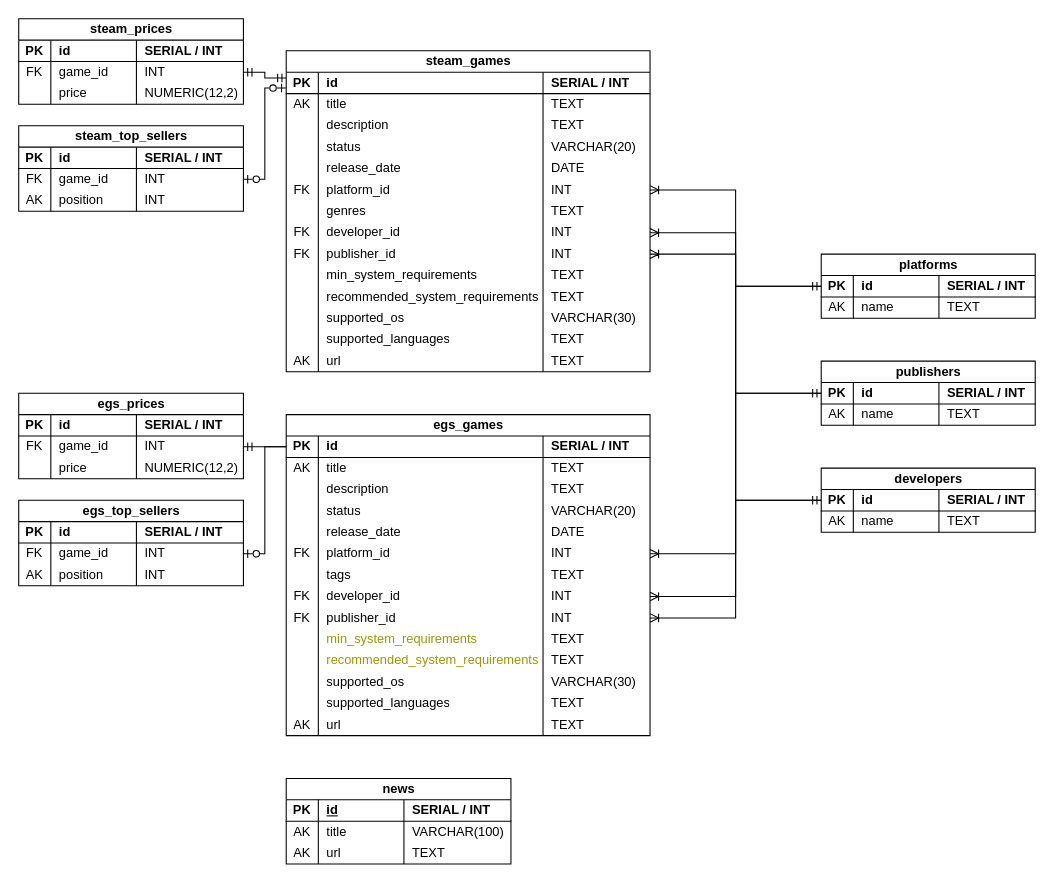
This is erd/database (Martin notation).drawio from xebit8/computer-games-aggregator, a draw.io file, before an edit. Source tidied: cells renumbered, new cells numbered last; positions are measured from the earlier drawing's top-left corner, leaving out a move shared by most shapes. Both pictures are drawn from the tidied source at 107%, with x=0, y=0 at pixel (18, 18).
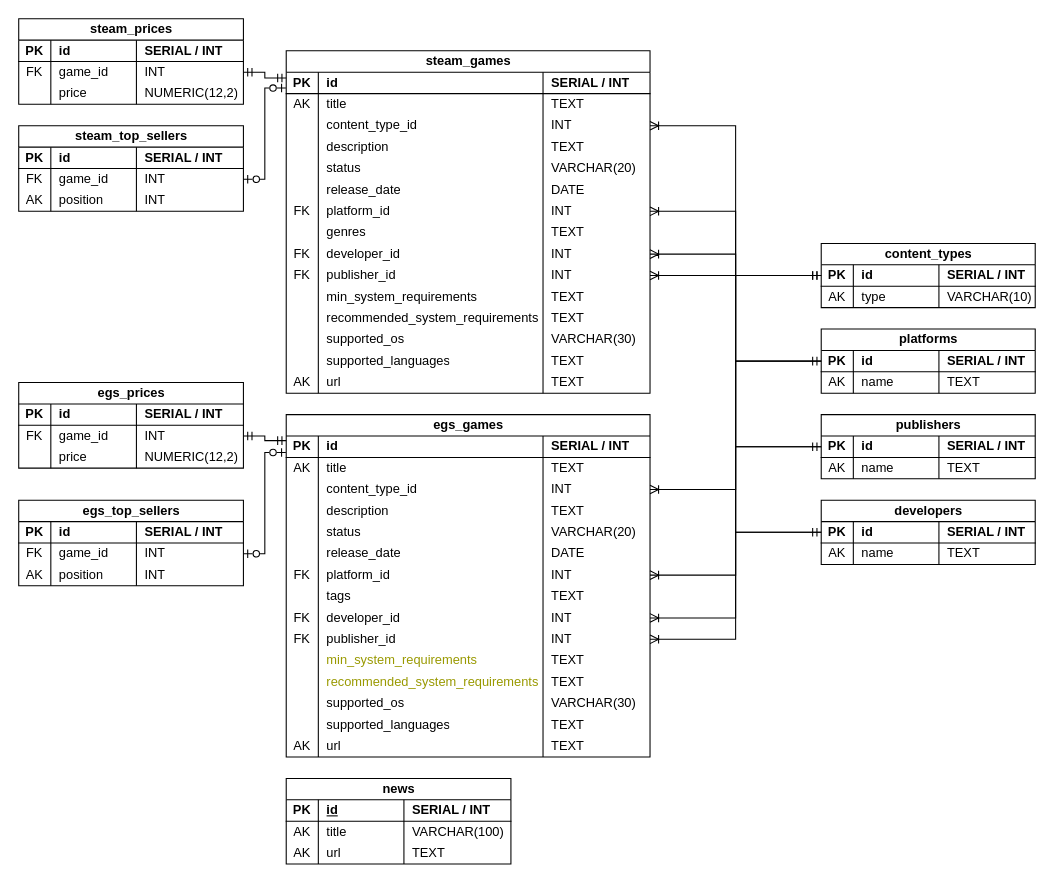
After the change.

Unchanged cells that the change refers to:
```xml
<mxCell id="3" style="shape=tableRow;horizontal=0;startSize=0;swimlaneHead=0;swimlaneBody=0;fillColor=none;points=[[0,0.5],[1,0.5]];portConstraint=eastwest;top=0;left=0;right=0;bottom=1;" parent="2" vertex="1">
  <mxGeometry y="20" width="340" height="20" as="geometry" />
</mxCell>
<mxCell id="121" style="shape=tableRow;horizontal=0;startSize=0;swimlaneHead=0;swimlaneBody=0;fillColor=none;points=[[0,0.5],[1,0.5]];portConstraint=eastwest;top=0;left=0;right=0;bottom=0;" parent="116" vertex="1">
  <mxGeometry y="40" width="210" height="20" as="geometry" />
</mxCell>
<mxCell id="134" style="shape=tableRow;horizontal=0;startSize=0;swimlaneHead=0;swimlaneBody=0;fillColor=none;points=[[0,0.5],[1,0.5]];portConstraint=eastwest;top=0;left=0;right=0;bottom=0;" parent="129" vertex="1">
  <mxGeometry y="40" width="210" height="20" as="geometry" />
</mxCell>
```

Diff of the diagram source:
```diff
@@
     <mxCell id="2" value="egs_games" style="shape=table;startSize=20;childLayout=tableLayout;rowLines=0;fontStyle=1;align=center;html=1;" parent="1" vertex="1">
-      <mxGeometry x="250" y="370" width="340" height="300" as="geometry" />
+      <mxGeometry x="250" y="370" width="340" height="320" as="geometry" />
     </mxCell>
@@
+    <mxCell id="218" style="shape=tableRow;horizontal=0;startSize=0;swimlaneHead=0;swimlaneBody=0;fillColor=none;points=[[0,0.5],[1,0.5]];portConstraint=eastwest;top=0;left=0;right=0;bottom=0;" parent="2" vertex="1">
+      <mxGeometry y="60" width="340" height="20" as="geometry" />
+    </mxCell>
+    <mxCell id="219" style="shape=partialRectangle;fillColor=none;top=0;left=0;bottom=0;right=0;overflow=hidden;whiteSpace=wrap;html=1;" parent="218" vertex="1">
+      <mxGeometry width="30" height="20" as="geometry" />
+    </mxCell>
+    <mxCell id="220" value="content_type_id" style="shape=partialRectangle;fillColor=none;top=0;left=0;bottom=0;right=0;align=left;spacingLeft=6;overflow=hidden;whiteSpace=wrap;html=1;" parent="218" vertex="1">
+      <mxGeometry x="30" width="210" height="20" as="geometry" />
+    </mxCell>
+    <mxCell id="221" value="INT" style="shape=partialRectangle;fillColor=none;top=0;left=0;bottom=0;right=0;align=left;spacingLeft=6;overflow=hidden;whiteSpace=wrap;html=1;" parent="218" vertex="1">
+      <mxGeometry x="240" width="100" height="20" as="geometry" />
+    </mxCell>
     <mxCell id="11" style="shape=tableRow;horizontal=0;startSize=0;swimlaneHead=0;swimlaneBody=0;fillColor=none;top=0;left=0;right=0;bottom=0;" parent="2" vertex="1">
-      <mxGeometry y="60" width="340" height="20" as="geometry" />
+      <mxGeometry y="80" width="340" height="20" as="geometry" />
     </mxCell>
@@
     <mxCell id="15" style="shape=tableRow;horizontal=0;startSize=0;swimlaneHead=0;swimlaneBody=0;fillColor=none;top=0;left=0;right=0;bottom=0;" parent="2" vertex="1">
-      <mxGeometry y="80" width="340" height="20" as="geometry" />
+      <mxGeometry y="100" width="340" height="20" as="geometry" />
     </mxCell>
@@
     <mxCell id="19" style="shape=tableRow;horizontal=0;startSize=0;swimlaneHead=0;swimlaneBody=0;fillColor=none;top=0;left=0;right=0;bottom=0;" parent="2" vertex="1">
-      <mxGeometry y="100" width="340" height="20" as="geometry" />
+      <mxGeometry y="120" width="340" height="20" as="geometry" />
     </mxCell>
@@
     <mxCell id="23" style="shape=tableRow;horizontal=0;startSize=0;swimlaneHead=0;swimlaneBody=0;fillColor=none;points=[[0,0.5],[1,0.5]];portConstraint=eastwest;top=0;left=0;right=0;bottom=0;" parent="2" vertex="1">
-      <mxGeometry y="120" width="340" height="20" as="geometry" />
+      <mxGeometry y="140" width="340" height="20" as="geometry" />
     </mxCell>
@@
     <mxCell id="27" style="shape=tableRow;horizontal=0;startSize=0;swimlaneHead=0;swimlaneBody=0;fillColor=none;top=0;left=0;right=0;bottom=0;" parent="2" vertex="1">
-      <mxGeometry y="140" width="340" height="20" as="geometry" />
+      <mxGeometry y="160" width="340" height="20" as="geometry" />
     </mxCell>
@@
     <mxCell id="31" style="shape=tableRow;horizontal=0;startSize=0;swimlaneHead=0;swimlaneBody=0;fillColor=none;points=[[0,0.5],[1,0.5]];portConstraint=eastwest;top=0;left=0;right=0;bottom=0;" parent="2" vertex="1">
-      <mxGeometry y="160" width="340" height="20" as="geometry" />
+      <mxGeometry y="180" width="340" height="20" as="geometry" />
     </mxCell>
@@
     <mxCell id="35" style="shape=tableRow;horizontal=0;startSize=0;swimlaneHead=0;swimlaneBody=0;fillColor=none;points=[[0,0.5],[1,0.5]];portConstraint=eastwest;top=0;left=0;right=0;bottom=0;" parent="2" vertex="1">
-      <mxGeometry y="180" width="340" height="20" as="geometry" />
+      <mxGeometry y="200" width="340" height="20" as="geometry" />
     </mxCell>
@@
     <mxCell id="39" style="shape=tableRow;horizontal=0;startSize=0;swimlaneHead=0;swimlaneBody=0;fillColor=none;top=0;left=0;right=0;bottom=0;" parent="2" vertex="1">
-      <mxGeometry y="200" width="340" height="20" as="geometry" />
+      <mxGeometry y="220" width="340" height="20" as="geometry" />
     </mxCell>
@@
     <mxCell id="43" style="shape=tableRow;horizontal=0;startSize=0;swimlaneHead=0;swimlaneBody=0;fillColor=none;top=0;left=0;right=0;bottom=0;" parent="2" vertex="1">
-      <mxGeometry y="220" width="340" height="20" as="geometry" />
+      <mxGeometry y="240" width="340" height="20" as="geometry" />
     </mxCell>
@@
     <mxCell id="47" style="shape=tableRow;horizontal=0;startSize=0;swimlaneHead=0;swimlaneBody=0;fillColor=none;top=0;left=0;right=0;bottom=0;" parent="2" vertex="1">
-      <mxGeometry y="240" width="340" height="20" as="geometry" />
+      <mxGeometry y="260" width="340" height="20" as="geometry" />
     </mxCell>
@@
     <mxCell id="51" style="shape=tableRow;horizontal=0;startSize=0;swimlaneHead=0;swimlaneBody=0;fillColor=none;top=0;left=0;right=0;bottom=0;" parent="2" vertex="1">
-      <mxGeometry y="260" width="340" height="20" as="geometry" />
+      <mxGeometry y="280" width="340" height="20" as="geometry" />
     </mxCell>
@@
     <mxCell id="55" style="shape=tableRow;horizontal=0;startSize=0;swimlaneHead=0;swimlaneBody=0;fillColor=none;top=0;left=0;right=0;bottom=0;" parent="2" vertex="1">
-      <mxGeometry y="280" width="340" height="20" as="geometry" />
+      <mxGeometry y="300" width="340" height="20" as="geometry" />
     </mxCell>
@@
     <mxCell id="59" value="steam_games" style="shape=table;startSize=20;childLayout=tableLayout;rowLines=0;fontStyle=1;align=center;html=1;" parent="1" vertex="1">
-      <mxGeometry x="250" y="30" width="340" height="300" as="geometry" />
+      <mxGeometry x="250" y="30" width="340" height="320" as="geometry" />
     </mxCell>
@@
+    <mxCell id="222" style="shape=tableRow;horizontal=0;startSize=0;swimlaneHead=0;swimlaneBody=0;fillColor=none;points=[[0,0.5],[1,0.5]];portConstraint=eastwest;top=0;left=0;right=0;bottom=0;" parent="59" vertex="1">
+      <mxGeometry y="60" width="340" height="20" as="geometry" />
+    </mxCell>
+    <mxCell id="223" style="shape=partialRectangle;fillColor=none;top=0;left=0;bottom=0;right=0;overflow=hidden;whiteSpace=wrap;html=1;" parent="222" vertex="1">
+      <mxGeometry width="30" height="20" as="geometry" />
+    </mxCell>
+    <mxCell id="224" value="content_type_id" style="shape=partialRectangle;fillColor=none;top=0;left=0;bottom=0;right=0;align=left;spacingLeft=6;overflow=hidden;whiteSpace=wrap;html=1;" parent="222" vertex="1">
+      <mxGeometry x="30" width="210" height="20" as="geometry" />
+    </mxCell>
+    <mxCell id="225" value="INT" style="shape=partialRectangle;fillColor=none;top=0;left=0;bottom=0;right=0;align=left;spacingLeft=6;overflow=hidden;whiteSpace=wrap;html=1;" parent="222" vertex="1">
+      <mxGeometry x="240" width="100" height="20" as="geometry" />
+    </mxCell>
     <mxCell id="68" style="shape=tableRow;horizontal=0;startSize=0;swimlaneHead=0;swimlaneBody=0;fillColor=none;top=0;left=0;right=0;bottom=0;" parent="59" vertex="1">
-      <mxGeometry y="60" width="340" height="20" as="geometry" />
+      <mxGeometry y="80" width="340" height="20" as="geometry" />
     </mxCell>
@@
     <mxCell id="72" style="shape=tableRow;horizontal=0;startSize=0;swimlaneHead=0;swimlaneBody=0;fillColor=none;top=0;left=0;right=0;bottom=0;" parent="59" vertex="1">
-      <mxGeometry y="80" width="340" height="20" as="geometry" />
+      <mxGeometry y="100" width="340" height="20" as="geometry" />
     </mxCell>
@@
     <mxCell id="76" style="shape=tableRow;horizontal=0;startSize=0;swimlaneHead=0;swimlaneBody=0;fillColor=none;top=0;left=0;right=0;bottom=0;" parent="59" vertex="1">
-      <mxGeometry y="100" width="340" height="20" as="geometry" />
+      <mxGeometry y="120" width="340" height="20" as="geometry" />
     </mxCell>
@@
     <mxCell id="80" style="shape=tableRow;horizontal=0;startSize=0;swimlaneHead=0;swimlaneBody=0;fillColor=none;points=[[0,0.5],[1,0.5]];portConstraint=eastwest;top=0;left=0;right=0;bottom=0;" parent="59" vertex="1">
-      <mxGeometry y="120" width="340" height="20" as="geometry" />
+      <mxGeometry y="140" width="340" height="20" as="geometry" />
     </mxCell>
@@
     <mxCell id="84" style="shape=tableRow;horizontal=0;startSize=0;swimlaneHead=0;swimlaneBody=0;fillColor=none;top=0;left=0;right=0;bottom=0;" parent="59" vertex="1">
-      <mxGeometry y="140" width="340" height="20" as="geometry" />
+      <mxGeometry y="160" width="340" height="20" as="geometry" />
     </mxCell>
@@
     <mxCell id="88" style="shape=tableRow;horizontal=0;startSize=0;swimlaneHead=0;swimlaneBody=0;fillColor=none;points=[[0,0.5],[1,0.5]];portConstraint=eastwest;top=0;left=0;right=0;bottom=0;" parent="59" vertex="1">
-      <mxGeometry y="160" width="340" height="20" as="geometry" />
+      <mxGeometry y="180" width="340" height="20" as="geometry" />
     </mxCell>
@@
     <mxCell id="92" style="shape=tableRow;horizontal=0;startSize=0;swimlaneHead=0;swimlaneBody=0;fillColor=none;points=[[0,0.5],[1,0.5]];portConstraint=eastwest;top=0;left=0;right=0;bottom=0;" parent="59" vertex="1">
-      <mxGeometry y="180" width="340" height="20" as="geometry" />
+      <mxGeometry y="200" width="340" height="20" as="geometry" />
     </mxCell>
@@
     <mxCell id="96" style="shape=tableRow;horizontal=0;startSize=0;swimlaneHead=0;swimlaneBody=0;fillColor=none;top=0;left=0;right=0;bottom=0;" parent="59" vertex="1">
-      <mxGeometry y="200" width="340" height="20" as="geometry" />
+      <mxGeometry y="220" width="340" height="20" as="geometry" />
     </mxCell>
@@
     <mxCell id="100" style="shape=tableRow;horizontal=0;startSize=0;swimlaneHead=0;swimlaneBody=0;fillColor=none;top=0;left=0;right=0;bottom=0;" parent="59" vertex="1">
-      <mxGeometry y="220" width="340" height="20" as="geometry" />
+      <mxGeometry y="240" width="340" height="20" as="geometry" />
     </mxCell>
@@
     <mxCell id="104" style="shape=tableRow;horizontal=0;startSize=0;swimlaneHead=0;swimlaneBody=0;fillColor=none;top=0;left=0;right=0;bottom=0;" parent="59" vertex="1">
-      <mxGeometry y="240" width="340" height="20" as="geometry" />
+      <mxGeometry y="260" width="340" height="20" as="geometry" />
     </mxCell>
@@
     <mxCell id="108" style="shape=tableRow;horizontal=0;startSize=0;swimlaneHead=0;swimlaneBody=0;fillColor=none;top=0;left=0;right=0;bottom=0;" parent="59" vertex="1">
-      <mxGeometry y="260" width="340" height="20" as="geometry" />
+      <mxGeometry y="280" width="340" height="20" as="geometry" />
     </mxCell>
@@
     <mxCell id="112" style="shape=tableRow;horizontal=0;startSize=0;swimlaneHead=0;swimlaneBody=0;fillColor=none;top=0;left=0;right=0;bottom=0;" parent="59" vertex="1">
-      <mxGeometry y="280" width="340" height="20" as="geometry" />
+      <mxGeometry y="300" width="340" height="20" as="geometry" />
     </mxCell>
@@
     <mxCell id="129" value="egs_prices" style="shape=table;startSize=20;childLayout=tableLayout;rowLines=0;fontStyle=1;align=center;html=1;" parent="1" vertex="1">
-      <mxGeometry y="350" width="210" height="80" as="geometry" />
+      <mxGeometry y="340" width="210" height="80" as="geometry" />
     </mxCell>
@@
     <mxCell id="181" value="platforms" style="shape=table;startSize=20;childLayout=tableLayout;rowLines=0;fontStyle=1;align=center;html=1;" parent="1" vertex="1">
-      <mxGeometry x="750" y="220" width="200" height="60" as="geometry" />
+      <mxGeometry x="750" y="290" width="200" height="60" as="geometry" />
     </mxCell>
@@
     <mxCell id="190" value="developers" style="shape=table;startSize=20;childLayout=tableLayout;rowLines=0;fontStyle=1;align=center;html=1;" parent="1" vertex="1">
-      <mxGeometry x="750" y="420" width="200" height="60" as="geometry" />
+      <mxGeometry x="750" y="450" width="200" height="60" as="geometry" />
     </mxCell>
@@
     <mxCell id="199" value="publishers" style="shape=table;startSize=20;childLayout=tableLayout;rowLines=0;fontStyle=1;align=center;html=1;" parent="1" vertex="1">
-      <mxGeometry x="750" y="320" width="200" height="60" as="geometry" />
+      <mxGeometry x="750" y="370" width="200" height="60" as="geometry" />
     </mxCell>
@@
-    <mxCell id="208" style="edgeStyle=orthogonalEdgeStyle;rounded=0;jettySize=auto;html=1;entryX=1;entryY=0.5;entryDx=0;entryDy=0;endArrow=ERmandOne;endFill=0;" parent="1" edge="1" source="3" target="134">
+    <mxCell id="208" style="edgeStyle=orthogonalEdgeStyle;rounded=0;jettySize=auto;html=1;entryX=1;entryY=0.5;entryDx=0;entryDy=0;endArrow=ERmandOne;endFill=0;exitX=0;exitY=0.214;exitDx=0;exitDy=0;exitPerimeter=0;startArrow=ERmandOne;startFill=0;" parent="1" edge="1" source="3" target="134">
       <mxGeometry relative="1" as="geometry" />
     </mxCell>
@@
-    <mxCell id="215" style="edgeStyle=orthogonalEdgeStyle;rounded=0;jettySize=auto;html=1;exitX=0;exitY=0.5;exitDx=0;exitDy=0;entryX=1;entryY=0.5;entryDx=0;entryDy=0;endArrow=ERzeroToOne;endFill=0;" parent="1" edge="1" source="3" target="121">
-      <mxGeometry relative="1" as="geometry" />
+    <mxCell id="215" style="edgeStyle=orthogonalEdgeStyle;rounded=0;jettySize=auto;html=1;entryX=1;entryY=0.5;entryDx=0;entryDy=0;endArrow=ERzeroToOne;endFill=0;exitX=-0.001;exitY=0.768;exitDx=0;exitDy=0;exitPerimeter=0;startArrow=ERzeroToOne;startFill=0;" parent="1" edge="1" source="3" target="121">
+      <mxGeometry relative="1" as="geometry">
+        <Array as="points">
+          <mxPoint x="230" y="405" />
+          <mxPoint x="230" y="500" />
+        </Array>
+      </mxGeometry>
     </mxCell>
@@
+    <mxCell id="226" value="content_types" style="shape=table;startSize=20;childLayout=tableLayout;rowLines=0;fontStyle=1;align=center;html=1;" parent="1" vertex="1">
+      <mxGeometry x="750" y="210" width="200" height="60" as="geometry" />
+    </mxCell>
+    <mxCell id="227" style="shape=tableRow;horizontal=0;startSize=0;swimlaneHead=0;swimlaneBody=0;fillColor=none;points=[[0,0.5],[1,0.5]];portConstraint=eastwest;top=0;left=0;right=0;bottom=1;" parent="226" vertex="1">
+      <mxGeometry y="20" width="200" height="20" as="geometry" />
+    </mxCell>
+    <mxCell id="228" value="PK" style="shape=partialRectangle;fillColor=none;top=0;left=0;bottom=0;right=0;fontStyle=1;overflow=hidden;whiteSpace=wrap;html=1;" parent="227" vertex="1">
+      <mxGeometry width="30" height="20" as="geometry" />
+    </mxCell>
+    <mxCell id="229" value="id" style="shape=partialRectangle;fillColor=none;top=0;left=0;bottom=0;right=0;align=left;spacingLeft=6;fontStyle=1;overflow=hidden;whiteSpace=wrap;html=1;" parent="227" vertex="1">
+      <mxGeometry x="30" width="80" height="20" as="geometry" />
+    </mxCell>
+    <mxCell id="230" value="SERIAL / INT" style="shape=partialRectangle;fillColor=none;top=0;left=0;bottom=0;right=0;align=left;spacingLeft=6;fontStyle=1;overflow=hidden;whiteSpace=wrap;html=1;" parent="227" vertex="1">
+      <mxGeometry x="110" width="90" height="20" as="geometry" />
+    </mxCell>
+    <mxCell id="231" style="shape=tableRow;horizontal=0;startSize=0;swimlaneHead=0;swimlaneBody=0;fillColor=none;top=0;left=0;right=0;bottom=0;" parent="226" vertex="1">
+      <mxGeometry y="40" width="200" height="20" as="geometry" />
+    </mxCell>
+    <mxCell id="232" value="AK" style="shape=partialRectangle;fillColor=none;top=0;left=0;bottom=0;right=0;overflow=hidden;whiteSpace=wrap;html=1;" parent="231" vertex="1">
+      <mxGeometry width="30" height="20" as="geometry" />
+    </mxCell>
+    <mxCell id="233" value="type" style="shape=partialRectangle;fillColor=none;top=0;left=0;bottom=0;right=0;align=left;spacingLeft=6;overflow=hidden;whiteSpace=wrap;html=1;" parent="231" vertex="1">
+      <mxGeometry x="30" width="80" height="20" as="geometry" />
+    </mxCell>
+    <mxCell id="234" value="VARCHAR(10)" style="shape=partialRectangle;fillColor=none;top=0;left=0;bottom=0;right=0;align=left;spacingLeft=6;overflow=hidden;whiteSpace=wrap;html=1;" parent="231" vertex="1">
+      <mxGeometry x="110" width="90" height="20" as="geometry" />
+    </mxCell>
+    <mxCell id="235" style="edgeStyle=orthogonalEdgeStyle;rounded=0;jettySize=auto;html=1;exitX=0;exitY=0.5;exitDx=0;exitDy=0;entryX=1;entryY=0.5;entryDx=0;entryDy=0;endArrow=ERoneToMany;endFill=0;startArrow=ERmandOne;startFill=0;" parent="1" edge="1" source="227" target="222">
+      <mxGeometry relative="1" as="geometry" />
+    </mxCell>
+    <mxCell id="236" style="edgeStyle=orthogonalEdgeStyle;rounded=0;jettySize=auto;html=1;exitX=0;exitY=0.5;exitDx=0;exitDy=0;entryX=1;entryY=0.5;entryDx=0;entryDy=0;startArrow=ERmandOne;startFill=0;endArrow=ERoneToMany;endFill=0;" parent="1" edge="1" source="227" target="218">
+      <mxGeometry relative="1" as="geometry" />
+    </mxCell>
```
